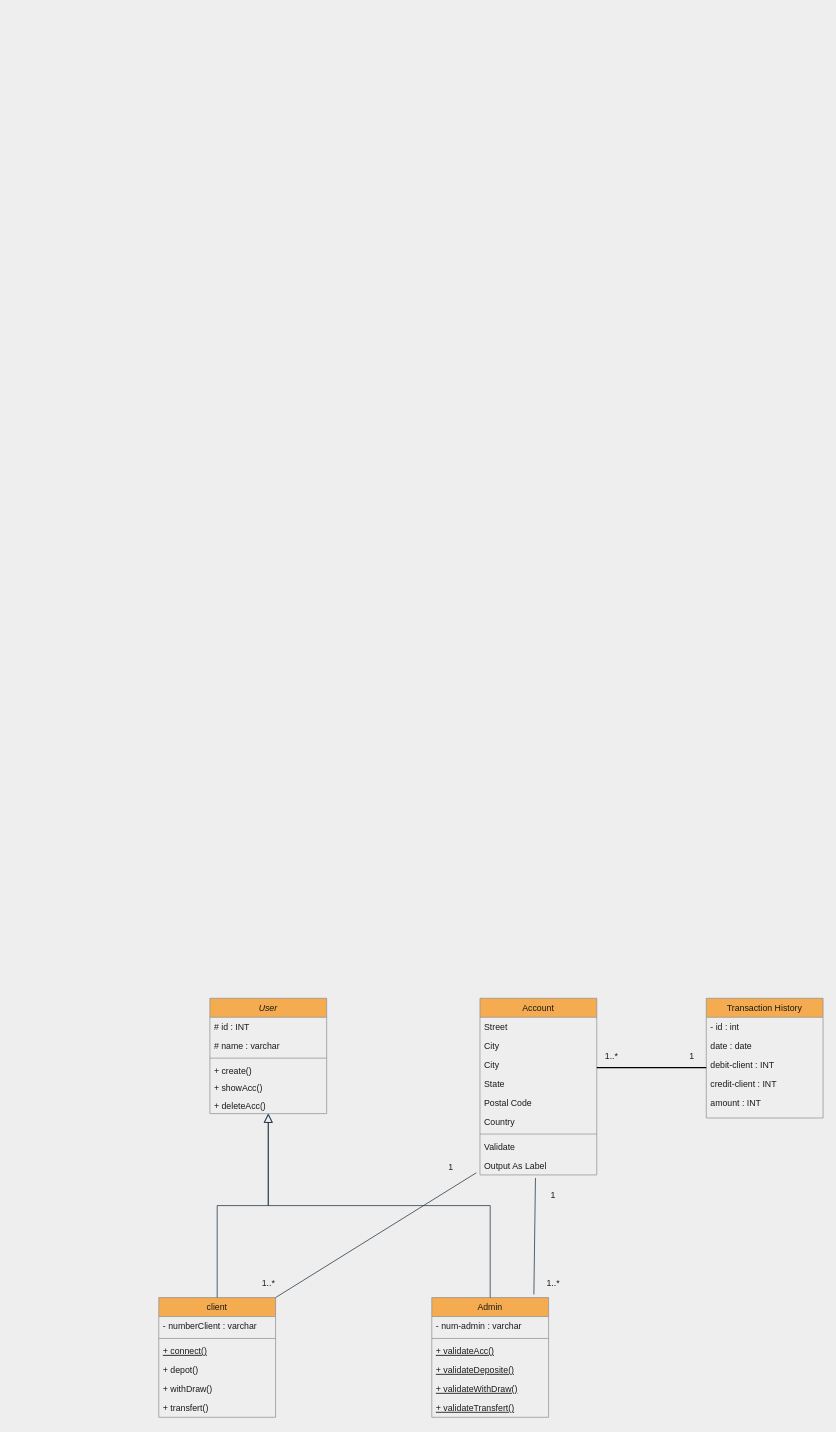
Above: UML/diagramClass.drawio in Simplon-hdf/BankRoot-Fastify (draw.io), before the change. Source tidied: cells renumbered, new cells numbered last; positions are measured from the earlier drawing's top-left corner, leaving out a move shared by most shapes. Both pictures are drawn from the tidied source at 73%, with x=0, y=0 at pixel (158, 998).
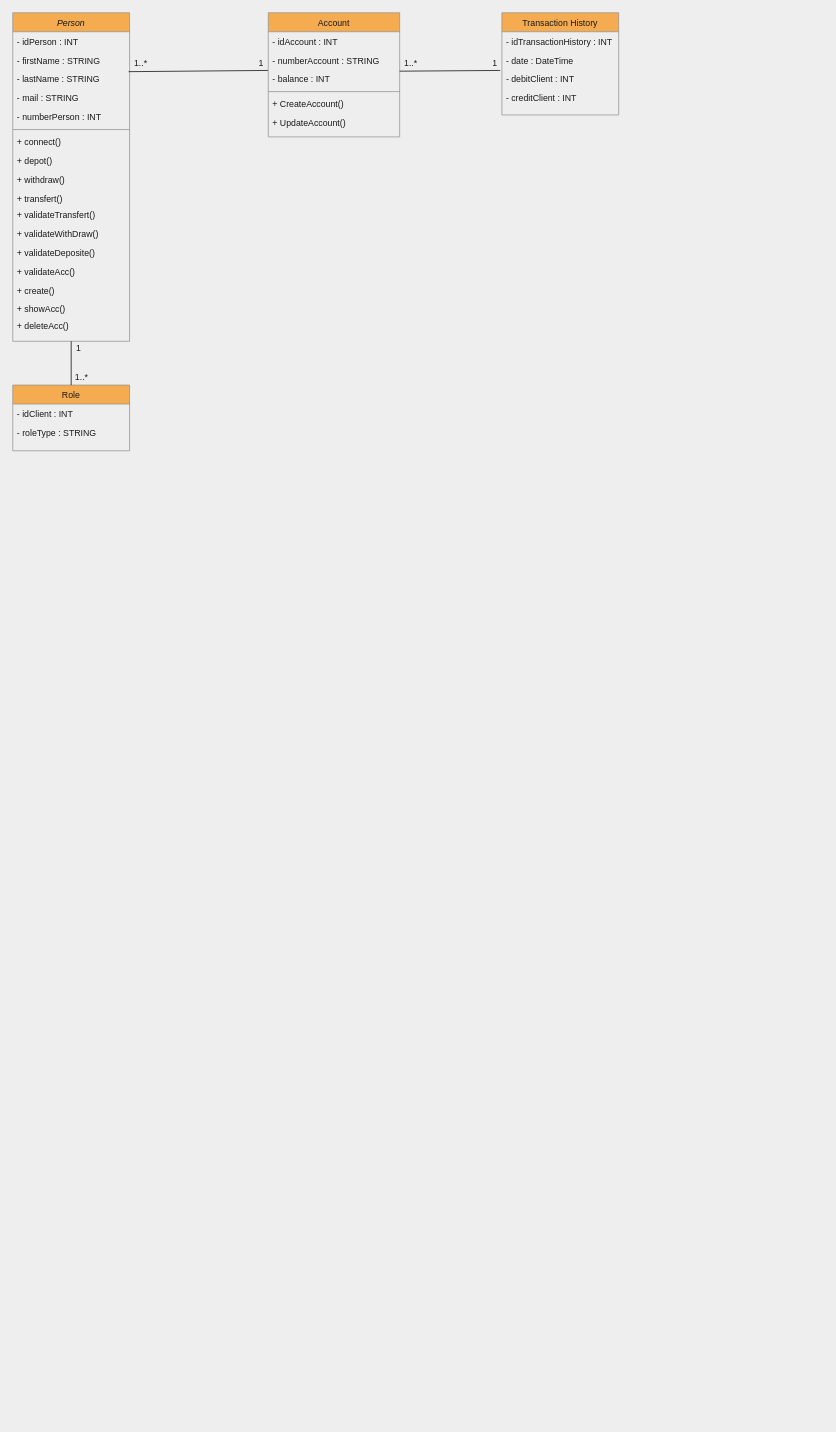
The same page after the edit.

Commit message (it also covers changes not shown here):
update UML Class

Diff of the diagram source:
```diff
@@
-    <mxCell id="2" value="User" style="swimlane;fontStyle=2;align=center;verticalAlign=top;horizontal=1;startSize=26;rounded=0;shadow=0;strokeWidth=1;fillColor=#F5AB50;strokeColor=#909090;fontColor=#1A1A1A;" parent="1" vertex="1">
-      <mxGeometry x="70" width="160" height="158" as="geometry" />
+    <mxCell id="2" value="Person" style="swimlane;fontStyle=2;align=center;verticalAlign=top;horizontal=1;startSize=26;rounded=0;shadow=0;strokeWidth=1;fillColor=#F5AB50;strokeColor=#909090;fontColor=#1A1A1A;" parent="1" vertex="1">
+      <mxGeometry x="-200" y="-1350" width="160" height="450" as="geometry" />
     </mxCell>
-    <mxCell id="3" value="# id : INT" style="text;align=left;verticalAlign=top;spacingLeft=4;spacingRight=4;overflow=hidden;fontColor=#1A1A1A;rounded=0;" parent="2" vertex="1">
+    <mxCell id="3" value="- idPerson : INT" style="text;align=left;verticalAlign=top;spacingLeft=4;spacingRight=4;overflow=hidden;fontColor=#1A1A1A;rounded=0;" parent="2" vertex="1">
       <mxGeometry y="26" width="160" height="26" as="geometry" />
     </mxCell>
-    <mxCell id="4" value="# name : varchar" style="text;align=left;verticalAlign=top;spacingLeft=4;spacingRight=4;overflow=hidden;rounded=0;shadow=0;html=0;fontColor=#1A1A1A;" parent="2" vertex="1">
+    <mxCell id="4" value="- firstName : STRING" style="text;align=left;verticalAlign=top;spacingLeft=4;spacingRight=4;overflow=hidden;rounded=0;shadow=0;html=0;fontColor=#1A1A1A;" parent="2" vertex="1">
       <mxGeometry y="52" width="160" height="26" as="geometry" />
     </mxCell>
+    <mxCell id="50" value="- lastName : STRING" style="text;align=left;verticalAlign=top;spacingLeft=4;spacingRight=4;overflow=hidden;points=[[0,0.5],[1,0.5]];portConstraint=eastwest;rounded=0;shadow=0;html=0;fontColor=#1A1A1A;" parent="2" vertex="1">
+      <mxGeometry y="78" width="160" height="26" as="geometry" />
+    </mxCell>
+    <mxCell id="51" value="- mail : STRING" style="text;align=left;verticalAlign=top;spacingLeft=4;spacingRight=4;overflow=hidden;rounded=0;shadow=0;html=0;fontColor=#1A1A1A;" parent="2" vertex="1">
+      <mxGeometry y="104" width="160" height="26" as="geometry" />
+    </mxCell>
+    <mxCell id="52" value="- numberPerson : INT" style="text;align=left;verticalAlign=top;spacingLeft=4;spacingRight=4;overflow=hidden;rounded=0;shadow=0;html=0;fontColor=#1A1A1A;" parent="2" vertex="1">
+      <mxGeometry y="130" width="160" height="26" as="geometry" />
+    </mxCell>
     <mxCell id="5" style="line;html=1;strokeWidth=1;align=left;verticalAlign=middle;spacingTop=-1;spacingLeft=3;spacingRight=3;labelPosition=right;fillColor=#F5AB50;strokeColor=#909090;fontColor=#1A1A1A;rounded=0;labelBackgroundColor=#EEEEEE;" parent="2" vertex="1">
-      <mxGeometry y="78" width="160" height="8" as="geometry" />
+      <mxGeometry y="156" width="160" height="8" as="geometry" />
     </mxCell>
+    <mxCell id="12" value="+ connect()&#10;" style="text;align=left;verticalAlign=top;spacingLeft=4;spacingRight=4;overflow=hidden;fontStyle=0;fontColor=#1A1A1A;rounded=0;" parent="2" vertex="1">
+      <mxGeometry y="164" width="160" height="26" as="geometry" />
+    </mxCell>
+    <mxCell id="13" value="+ depot()" style="text;align=left;verticalAlign=top;spacingLeft=4;spacingRight=4;overflow=hidden;fontColor=#1A1A1A;rounded=0;" parent="2" vertex="1">
+      <mxGeometry y="190" width="160" height="26" as="geometry" />
+    </mxCell>
+    <mxCell id="14" value="+ withdraw()" style="text;align=left;verticalAlign=top;spacingLeft=4;spacingRight=4;overflow=hidden;fontColor=#1A1A1A;rounded=0;" parent="2" vertex="1">
+      <mxGeometry y="216" width="160" height="26" as="geometry" />
+    </mxCell>
+    <mxCell id="15" value="+ transfert()" style="text;align=left;verticalAlign=top;spacingLeft=4;spacingRight=4;overflow=hidden;fontColor=#1A1A1A;rounded=0;" parent="2" vertex="1">
+      <mxGeometry y="242" width="160" height="22" as="geometry" />
+    </mxCell>
+    <mxCell id="23" value="+ validateTransfert()&#10;" style="text;align=left;verticalAlign=top;spacingLeft=4;spacingRight=4;overflow=hidden;fontStyle=0;fontColor=#1A1A1A;rounded=0;" parent="2" vertex="1">
+      <mxGeometry y="264" width="160" height="26" as="geometry" />
+    </mxCell>
+    <mxCell id="22" value="+ validateWithDraw()&#10;" style="text;align=left;verticalAlign=top;spacingLeft=4;spacingRight=4;overflow=hidden;fontStyle=0;fontColor=#1A1A1A;rounded=0;" parent="2" vertex="1">
+      <mxGeometry y="290" width="160" height="26" as="geometry" />
+    </mxCell>
+    <mxCell id="21" value="+ validateDeposite()&#10;" style="text;align=left;verticalAlign=top;spacingLeft=4;spacingRight=4;overflow=hidden;fontStyle=0;fontColor=#1A1A1A;rounded=0;" parent="2" vertex="1">
+      <mxGeometry y="316" width="160" height="26" as="geometry" />
+    </mxCell>
+    <mxCell id="20" value="+ validateAcc()&#10;" style="text;align=left;verticalAlign=top;spacingLeft=4;spacingRight=4;overflow=hidden;fontStyle=0;fontColor=#1A1A1A;rounded=0;" parent="2" vertex="1">
+      <mxGeometry y="342" width="160" height="26" as="geometry" />
+    </mxCell>
     <mxCell id="6" value="+ create()" style="text;align=left;verticalAlign=top;spacingLeft=4;spacingRight=4;overflow=hidden;fontColor=#1A1A1A;rounded=0;" parent="2" vertex="1">
-      <mxGeometry y="86" width="160" height="24" as="geometry" />
+      <mxGeometry y="368" width="160" height="24" as="geometry" />
     </mxCell>
     <mxCell id="7" value="+ showAcc()" style="text;align=left;verticalAlign=top;spacingLeft=4;spacingRight=4;overflow=hidden;fontColor=#1A1A1A;rounded=0;" parent="2" vertex="1">
-      <mxGeometry y="110" width="160" height="24" as="geometry" />
+      <mxGeometry y="392" width="160" height="24" as="geometry" />
     </mxCell>
     <mxCell id="8" value="+ deleteAcc()" style="text;align=left;verticalAlign=top;spacingLeft=4;spacingRight=4;overflow=hidden;fontColor=#1A1A1A;rounded=0;" parent="2" vertex="1">
-      <mxGeometry y="134" width="160" height="24" as="geometry" />
+      <mxGeometry y="416" width="160" height="24" as="geometry" />
     </mxCell>
-    <mxCell id="9" value="client" style="swimlane;fontStyle=0;align=center;verticalAlign=top;horizontal=1;startSize=26;rounded=0;shadow=0;strokeWidth=1;fillColor=#F5AB50;strokeColor=#909090;fontColor=#1A1A1A;" parent="1" vertex="1">
-      <mxGeometry y="410" width="160" height="164" as="geometry" />
+    <mxCell id="9" value="Role" style="swimlane;fontStyle=0;align=center;verticalAlign=top;horizontal=1;startSize=26;rounded=0;shadow=0;strokeWidth=1;fillColor=#F5AB50;strokeColor=#909090;fontColor=#1A1A1A;" parent="1" vertex="1">
+      <mxGeometry x="-200" y="-840" width="160" height="90" as="geometry" />
     </mxCell>
-    <mxCell id="10" value="- numberClient : varchar" style="text;align=left;verticalAlign=top;spacingLeft=4;spacingRight=4;overflow=hidden;fontColor=#1A1A1A;rounded=0;" parent="9" vertex="1">
+    <mxCell id="10" value="- idClient : INT" style="text;align=left;verticalAlign=top;spacingLeft=4;spacingRight=4;overflow=hidden;fontColor=#1A1A1A;rounded=0;" parent="9" vertex="1">
       <mxGeometry y="26" width="160" height="26" as="geometry" />
     </mxCell>
-    <mxCell id="11" style="line;html=1;strokeWidth=1;align=left;verticalAlign=middle;spacingTop=-1;spacingLeft=3;spacingRight=3;labelPosition=right;fillColor=#F5AB50;strokeColor=#909090;fontColor=#1A1A1A;rounded=0;labelBackgroundColor=#EEEEEE;" parent="9" vertex="1">
-      <mxGeometry y="52" width="160" height="8" as="geometry" />
-    </mxCell>
-    <mxCell id="12" value="+ connect()&#10;" style="text;align=left;verticalAlign=top;spacingLeft=4;spacingRight=4;overflow=hidden;fontStyle=4;fontColor=#1A1A1A;rounded=0;" parent="9" vertex="1">
-      <mxGeometry y="60" width="160" height="26" as="geometry" />
-    </mxCell>
-    <mxCell id="13" value="+ depot()" style="text;align=left;verticalAlign=top;spacingLeft=4;spacingRight=4;overflow=hidden;fontColor=#1A1A1A;rounded=0;" parent="9" vertex="1">
-      <mxGeometry y="86" width="160" height="26" as="geometry" />
-    </mxCell>
-    <mxCell id="14" value="+ withDraw()" style="text;align=left;verticalAlign=top;spacingLeft=4;spacingRight=4;overflow=hidden;fontColor=#1A1A1A;rounded=0;" parent="9" vertex="1">
-      <mxGeometry y="112" width="160" height="26" as="geometry" />
-    </mxCell>
-    <mxCell id="15" value="+ transfert()" style="text;align=left;verticalAlign=top;spacingLeft=4;spacingRight=4;overflow=hidden;fontColor=#1A1A1A;rounded=0;" parent="9" vertex="1">
-      <mxGeometry y="138" width="160" height="22" as="geometry" />
-    </mxCell>
-    <mxCell id="16" style="endArrow=block;endSize=10;endFill=0;shadow=0;strokeWidth=1;rounded=0;edgeStyle=elbowEdgeStyle;elbow=vertical;strokeColor=#182E3E;fontColor=#1A1A1A;labelBackgroundColor=#EEEEEE;" parent="1" edge="1" source="9" target="2">
-      <mxGeometry relative="1" as="geometry" />
-    </mxCell>
-    <mxCell id="17" value="Admin" style="swimlane;fontStyle=0;align=center;verticalAlign=top;horizontal=1;startSize=26;rounded=0;shadow=0;strokeWidth=1;fillColor=#F5AB50;strokeColor=#909090;fontColor=#1A1A1A;" parent="1" vertex="1">
-      <mxGeometry x="374" y="410" width="160" height="164" as="geometry" />
-    </mxCell>
-    <mxCell id="18" value="- num-admin : varchar" style="text;align=left;verticalAlign=top;spacingLeft=4;spacingRight=4;overflow=hidden;fontColor=#1A1A1A;rounded=0;" parent="17" vertex="1">
-      <mxGeometry y="26" width="160" height="26" as="geometry" />
-    </mxCell>
-    <mxCell id="19" style="line;html=1;strokeWidth=1;align=left;verticalAlign=middle;spacingTop=-1;spacingLeft=3;spacingRight=3;labelPosition=right;fillColor=#F5AB50;strokeColor=#909090;fontColor=#1A1A1A;rounded=0;labelBackgroundColor=#EEEEEE;" parent="17" vertex="1">
-      <mxGeometry y="52" width="160" height="8" as="geometry" />
-    </mxCell>
-    <mxCell id="20" value="+ validateAcc()&#10;" style="text;align=left;verticalAlign=top;spacingLeft=4;spacingRight=4;overflow=hidden;fontStyle=4;fontColor=#1A1A1A;rounded=0;" parent="17" vertex="1">
-      <mxGeometry y="60" width="160" height="26" as="geometry" />
-    </mxCell>
-    <mxCell id="21" value="+ validateDeposite()&#10;" style="text;align=left;verticalAlign=top;spacingLeft=4;spacingRight=4;overflow=hidden;fontStyle=4;fontColor=#1A1A1A;rounded=0;" parent="17" vertex="1">
-      <mxGeometry y="86" width="160" height="26" as="geometry" />
-    </mxCell>
-    <mxCell id="22" value="+ validateWithDraw()&#10;" style="text;align=left;verticalAlign=top;spacingLeft=4;spacingRight=4;overflow=hidden;fontStyle=4;fontColor=#1A1A1A;rounded=0;" parent="17" vertex="1">
-      <mxGeometry y="112" width="160" height="26" as="geometry" />
-    </mxCell>
-    <mxCell id="23" value="+ validateTransfert()&#10;" style="text;align=left;verticalAlign=top;spacingLeft=4;spacingRight=4;overflow=hidden;fontStyle=4;fontColor=#1A1A1A;rounded=0;" parent="17" vertex="1">
-      <mxGeometry y="138" width="160" height="26" as="geometry" />
-    </mxCell>
-    <mxCell id="24" style="endArrow=block;endSize=10;endFill=0;shadow=0;strokeWidth=1;rounded=0;edgeStyle=elbowEdgeStyle;elbow=vertical;strokeColor=#182E3E;fontColor=#1A1A1A;labelBackgroundColor=#EEEEEE;" parent="1" edge="1" source="17" target="2">
-      <mxGeometry relative="1" as="geometry" />
-    </mxCell>
+    <mxCell id="53" value="- roleType : STRING" style="text;align=left;verticalAlign=top;spacingLeft=4;spacingRight=4;overflow=hidden;fontColor=#1A1A1A;rounded=0;" parent="9" vertex="1">
+      <mxGeometry y="52" width="160" height="26" as="geometry" />
+    </mxCell>
     <mxCell id="25" value="Account" style="swimlane;fontStyle=0;align=center;verticalAlign=top;horizontal=1;startSize=26;rounded=0;shadow=0;strokeWidth=1;fillColor=#F5AB50;strokeColor=#909090;fontColor=#1A1A1A;" parent="1" vertex="1">
-      <mxGeometry x="440" width="160" height="242" as="geometry" />
+      <mxGeometry x="150" y="-1350" width="180" height="170" as="geometry" />
     </mxCell>
-    <mxCell id="26" value="Street" style="text;align=left;verticalAlign=top;spacingLeft=4;spacingRight=4;overflow=hidden;fontColor=#1A1A1A;rounded=0;" parent="25" vertex="1">
-      <mxGeometry y="26" width="160" height="26" as="geometry" />
+    <mxCell id="26" value="- idAccount : INT" style="text;align=left;verticalAlign=top;spacingLeft=4;spacingRight=4;overflow=hidden;fontColor=#1A1A1A;rounded=0;" parent="25" vertex="1">
+      <mxGeometry y="26" width="180" height="26" as="geometry" />
     </mxCell>
-    <mxCell id="27" value="City" style="text;align=left;verticalAlign=top;spacingLeft=4;spacingRight=4;overflow=hidden;rounded=0;shadow=0;html=0;fontColor=#1A1A1A;" parent="25" vertex="1">
-      <mxGeometry y="52" width="160" height="26" as="geometry" />
-    </mxCell>
-    <mxCell id="28" value="City" style="text;align=left;verticalAlign=top;spacingLeft=4;spacingRight=4;overflow=hidden;points=[[0,0.5],[1,0.5]];portConstraint=eastwest;rounded=0;shadow=0;html=0;fontColor=#1A1A1A;" parent="25" vertex="1">
-      <mxGeometry y="78" width="160" height="26" as="geometry" />
+    <mxCell id="28" value="- numberAccount : STRING" style="text;align=left;verticalAlign=top;spacingLeft=4;spacingRight=4;overflow=hidden;points=[[0,0.5],[1,0.5]];portConstraint=eastwest;rounded=0;shadow=0;html=0;fontColor=#1A1A1A;" parent="25" vertex="1">
+      <mxGeometry y="52" width="180" height="26" as="geometry" />
     </mxCell>
-    <mxCell id="29" value="State" style="text;align=left;verticalAlign=top;spacingLeft=4;spacingRight=4;overflow=hidden;points=[[0,0.5],[1,0.5]];portConstraint=eastwest;rounded=0;shadow=0;html=0;fontColor=#1A1A1A;" parent="25" vertex="1">
-      <mxGeometry y="104" width="160" height="26" as="geometry" />
+    <mxCell id="29" value="- balance : INT" style="text;align=left;verticalAlign=top;spacingLeft=4;spacingRight=4;overflow=hidden;points=[[0,0.5],[1,0.5]];portConstraint=eastwest;rounded=0;shadow=0;html=0;fontColor=#1A1A1A;" parent="25" vertex="1">
+      <mxGeometry y="78" width="180" height="26" as="geometry" />
     </mxCell>
-    <mxCell id="30" value="Postal Code" style="text;align=left;verticalAlign=top;spacingLeft=4;spacingRight=4;overflow=hidden;rounded=0;shadow=0;html=0;fontColor=#1A1A1A;" parent="25" vertex="1">
-      <mxGeometry y="130" width="160" height="26" as="geometry" />
-    </mxCell>
-    <mxCell id="31" value="Country" style="text;align=left;verticalAlign=top;spacingLeft=4;spacingRight=4;overflow=hidden;rounded=0;shadow=0;html=0;fontColor=#1A1A1A;" parent="25" vertex="1">
-      <mxGeometry y="156" width="160" height="26" as="geometry" />
-    </mxCell>
     <mxCell id="32" style="line;html=1;strokeWidth=1;align=left;verticalAlign=middle;spacingTop=-1;spacingLeft=3;spacingRight=3;labelPosition=right;fillColor=#F5AB50;strokeColor=#909090;fontColor=#1A1A1A;rounded=0;labelBackgroundColor=#EEEEEE;" parent="25" vertex="1">
-      <mxGeometry y="182" width="160" height="8" as="geometry" />
+      <mxGeometry y="104" width="180" height="8" as="geometry" />
     </mxCell>
-    <mxCell id="33" value="Validate" style="text;align=left;verticalAlign=top;spacingLeft=4;spacingRight=4;overflow=hidden;fontColor=#1A1A1A;rounded=0;" parent="25" vertex="1">
-      <mxGeometry y="190" width="160" height="26" as="geometry" />
+    <mxCell id="33" value="+ CreateAccount()" style="text;align=left;verticalAlign=top;spacingLeft=4;spacingRight=4;overflow=hidden;fontColor=#1A1A1A;rounded=0;" parent="25" vertex="1">
+      <mxGeometry y="112" width="180" height="26" as="geometry" />
     </mxCell>
-    <mxCell id="34" value="Output As Label" style="text;align=left;verticalAlign=top;spacingLeft=4;spacingRight=4;overflow=hidden;points=[[0,0.5],[1,0.5]];portConstraint=eastwest;fontColor=#1A1A1A;rounded=0;" parent="25" vertex="1">
-      <mxGeometry y="216" width="160" height="26" as="geometry" />
+    <mxCell id="34" value="+ UpdateAccount()" style="text;align=left;verticalAlign=top;spacingLeft=4;spacingRight=4;overflow=hidden;points=[[0,0.5],[1,0.5]];portConstraint=eastwest;fontColor=#1A1A1A;rounded=0;" parent="25" vertex="1">
+      <mxGeometry y="138" width="180" height="26" as="geometry" />
     </mxCell>
     <mxCell id="35" value="Transaction History" style="swimlane;fontStyle=0;align=center;verticalAlign=top;horizontal=1;startSize=26;rounded=0;shadow=0;strokeWidth=1;fillColor=#F5AB50;strokeColor=#909090;fontColor=#1A1A1A;" parent="1" vertex="1">
-      <mxGeometry x="750" width="160" height="164" as="geometry" />
+      <mxGeometry x="470" y="-1350" width="160" height="140" as="geometry" />
     </mxCell>
-    <mxCell id="36" value="- id : int" style="text;align=left;verticalAlign=top;spacingLeft=4;spacingRight=4;overflow=hidden;fontColor=#1A1A1A;rounded=0;" parent="35" vertex="1">
+    <mxCell id="36" value="- idTransactionHistory : INT" style="text;align=left;verticalAlign=top;spacingLeft=4;spacingRight=4;overflow=hidden;fontColor=#1A1A1A;rounded=0;" parent="35" vertex="1">
       <mxGeometry y="26" width="160" height="26" as="geometry" />
     </mxCell>
-    <mxCell id="37" value="date : date" style="text;align=left;verticalAlign=top;spacingLeft=4;spacingRight=4;overflow=hidden;points=[[0,0.5],[1,0.5]];portConstraint=eastwest;rounded=0;shadow=0;html=0;fontColor=#1A1A1A;" parent="35" vertex="1">
+    <mxCell id="37" value="- date : DateTime" style="text;align=left;verticalAlign=top;spacingLeft=4;spacingRight=4;overflow=hidden;points=[[0,0.5],[1,0.5]];portConstraint=eastwest;rounded=0;shadow=0;html=0;fontColor=#1A1A1A;" parent="35" vertex="1">
       <mxGeometry y="52" width="160" height="26" as="geometry" />
     </mxCell>
-    <mxCell id="38" value="debit-client : INT" style="text;align=left;verticalAlign=top;spacingLeft=4;spacingRight=4;overflow=hidden;rounded=0;shadow=0;html=0;fontColor=#1A1A1A;" parent="35" vertex="1">
+    <mxCell id="38" value="- debitClient : INT" style="text;align=left;verticalAlign=top;spacingLeft=4;spacingRight=4;overflow=hidden;rounded=0;shadow=0;html=0;fontColor=#1A1A1A;" parent="35" vertex="1">
       <mxGeometry y="78" width="160" height="26" as="geometry" />
     </mxCell>
-    <mxCell id="39" value="credit-client : INT" style="text;align=left;verticalAlign=top;spacingLeft=4;spacingRight=4;overflow=hidden;rounded=0;shadow=0;html=0;fontColor=#1A1A1A;" parent="35" vertex="1">
+    <mxCell id="39" value="- creditClient : INT" style="text;align=left;verticalAlign=top;spacingLeft=4;spacingRight=4;overflow=hidden;rounded=0;shadow=0;html=0;fontColor=#1A1A1A;" parent="35" vertex="1">
       <mxGeometry y="104" width="160" height="26" as="geometry" />
     </mxCell>
-    <mxCell id="40" value="amount : INT" style="text;align=left;verticalAlign=top;spacingLeft=4;spacingRight=4;overflow=hidden;rounded=0;shadow=0;html=0;fontColor=#1A1A1A;" parent="35" vertex="1">
-      <mxGeometry y="130" width="160" height="26" as="geometry" />
-    </mxCell>
-    <mxCell id="41" style="endArrow=none;html=1;rounded=0;entryX=0.475;entryY=1.154;entryDx=0;entryDy=0;entryPerimeter=0;strokeColor=#182E3E;fontColor=#1A1A1A;labelBackgroundColor=#EEEEEE;exitX=0.874;exitY=-0.026;exitDx=0;exitDy=0;exitPerimeter=0;" parent="1" edge="1" source="17" target="34">
-      <mxGeometry relative="1" as="geometry" />
-    </mxCell>
-    <mxCell id="42" style="endArrow=none;html=1;rounded=0;exitX=1;exitY=0;exitDx=0;exitDy=0;entryX=-0.031;entryY=0.885;entryDx=0;entryDy=0;entryPerimeter=0;strokeColor=#182E3E;fontColor=#1A1A1A;labelBackgroundColor=#EEEEEE;" parent="1" edge="1" source="9" target="34">
-      <mxGeometry relative="1" as="geometry" />
-    </mxCell>
-    <mxCell id="43" style="line;strokeWidth=2;html=1;rounded=0;sketch=0;fontColor=#1A1A1A;fillColor=#F5AB50;" parent="1" vertex="1">
-      <mxGeometry x="600" y="90" width="150" height="10" as="geometry" />
-    </mxCell>
     <mxCell id="44" value="1..*" style="text;html=1;align=center;verticalAlign=middle;strokeColor=none;fillColor=none;fontColor=#1A1A1A;" parent="1" vertex="1">
-      <mxGeometry x="605" y="70" width="30" height="20" as="geometry" />
+      <mxGeometry x="330" y="-1290" width="30" height="20" as="geometry" />
     </mxCell>
     <mxCell id="45" value="1" style="text;html=1;align=center;verticalAlign=middle;strokeColor=none;fillColor=none;fontColor=#1A1A1A;" parent="1" vertex="1">
-      <mxGeometry x="720" y="69" width="20" height="20" as="geometry" />
+      <mxGeometry x="450" y="-1290" width="20" height="20" as="geometry" />
     </mxCell>
     <mxCell id="46" value="1" style="text;html=1;align=center;verticalAlign=middle;strokeColor=none;fillColor=none;fontColor=#1A1A1A;" parent="1" vertex="1">
-      <mxGeometry x="390" y="222" width="20" height="20" as="geometry" />
+      <mxGeometry x="-120" y="-900" width="20" height="20" as="geometry" />
     </mxCell>
     <mxCell id="47" value="1..*" style="text;html=1;align=center;verticalAlign=middle;strokeColor=none;fillColor=none;fontColor=#1A1A1A;" parent="1" vertex="1">
-      <mxGeometry x="135" y="380" width="30" height="20" as="geometry" />
+      <mxGeometry x="-40" y="-1290" width="30" height="20" as="geometry" />
     </mxCell>
-    <mxCell id="48" value="1" style="text;html=1;align=center;verticalAlign=middle;strokeColor=none;fillColor=none;fontColor=#1A1A1A;" parent="1" vertex="1">
-      <mxGeometry x="530" y="260" width="20" height="20" as="geometry" />
+    <mxCell id="48" value="1..*" style="text;html=1;align=center;verticalAlign=middle;strokeColor=none;fillColor=none;fontColor=#1A1A1A;" parent="1" vertex="1">
+      <mxGeometry x="-121" y="-860" width="30" height="20" as="geometry" />
     </mxCell>
-    <mxCell id="49" value="1..*" style="text;html=1;align=center;verticalAlign=middle;strokeColor=none;fillColor=none;fontColor=#1A1A1A;" parent="1" vertex="1">
-      <mxGeometry x="525" y="380" width="30" height="20" as="geometry" />
+    <mxCell id="49" value="1" style="text;html=1;align=center;verticalAlign=middle;strokeColor=none;fillColor=none;fontColor=#1A1A1A;" parent="1" vertex="1">
+      <mxGeometry x="130" y="-1290" width="20" height="20" as="geometry" />
     </mxCell>
+    <mxCell id="54" style="endArrow=none;html=1;rounded=0;fontColor=#1A1A1A;exitX=1;exitY=1.077;exitDx=0;exitDy=0;exitPerimeter=0;entryX=-0.014;entryY=1.038;entryDx=0;entryDy=0;entryPerimeter=0;" parent="1" edge="1" source="28" target="37">
+      <mxGeometry relative="1" as="geometry" />
+    </mxCell>
+    <mxCell id="16" style="endArrow=none;html=1;rounded=0;fontColor=#1A1A1A;entryX=0.5;entryY=1;entryDx=0;entryDy=0;exitX=0.5;exitY=0;exitDx=0;exitDy=0;" parent="1" edge="1" source="9" target="2">
+      <mxGeometry relative="1" as="geometry" />
+    </mxCell>
+    <mxCell id="55" style="endArrow=none;html=1;rounded=0;fontColor=#1A1A1A;exitX=0.992;exitY=0.103;exitDx=0;exitDy=0;exitPerimeter=0;entryX=-0.003;entryY=0.038;entryDx=0;entryDy=0;entryPerimeter=0;" parent="1" edge="1" source="50" target="29">
+      <mxGeometry relative="1" as="geometry" />
+    </mxCell>
```
